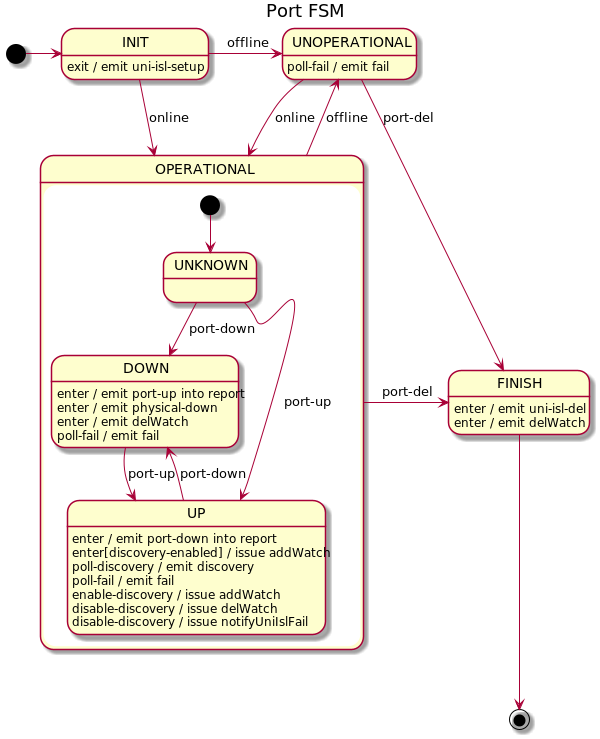
Above: docs/design/network-discovery/port-FSM.png in telstra/open-kilda (PlantUML), before the change.
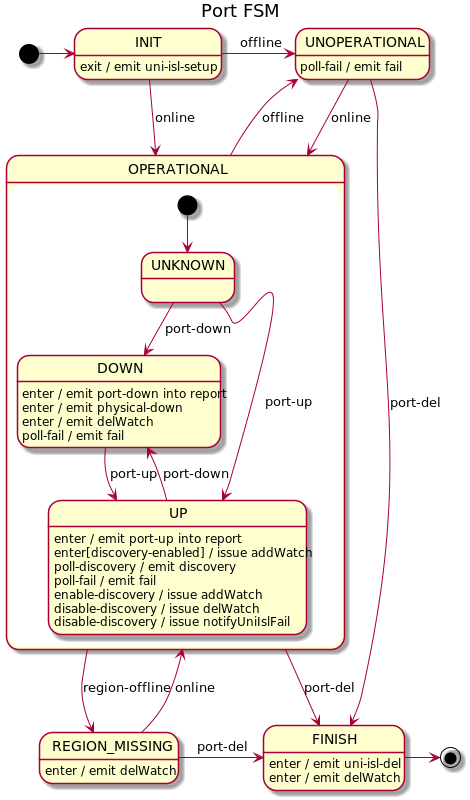
The same file after the commit.

What changed in the source:
```diff
@@ -14,13 +14,13 @@
     UNKNOWN --> UP : port-up
 
     DOWN --> UP : port-up
-    DOWN : enter / emit port-up into report
+    DOWN : enter / emit port-down into report
     DOWN : enter / emit physical-down
     DOWN : enter / emit delWatch
     DOWN : poll-fail / emit fail
 
     UP --> DOWN : port-down
-    UP : enter / emit port-down into report
+    UP : enter / emit port-up into report
     UP : enter[discovery-enabled] / issue addWatch
     UP : poll-discovery / emit discovery
     UP : poll-fail / emit fail
@@ -31,13 +31,18 @@
 
 OPERATIONAL --> UNOPERATIONAL : offline
 OPERATIONAL -r-> FINISH : port-del
+OPERATIONAL --> REGION_MISSING : region-offline
 
 UNOPERATIONAL --> OPERATIONAL : online
 UNOPERATIONAL --> FINISH : port-del
 UNOPERATIONAL : poll-fail / emit fail
 
+REGION_MISSING : enter / emit delWatch
+REGION_MISSING --> OPERATIONAL : online
+REGION_MISSING -r-> FINISH : port-del
+
 FINISH: enter / emit uni-isl-del
 FINISH: enter / emit delWatch
-FINISH -d-> [*]
+FINISH -> [*]
 
 @enduml
```
